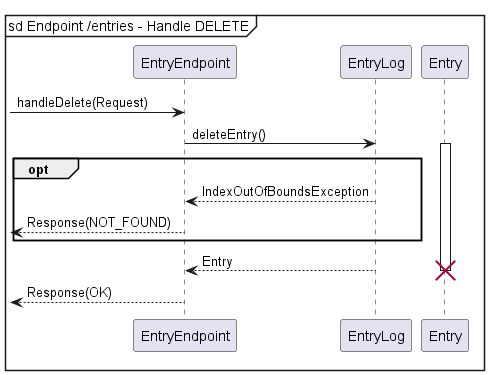
Before: docs/static/backend/EntryEndpointDeleteSequence.png, a diagram exported from PlantUML (nus-cs2113-AY2223S2/tp).
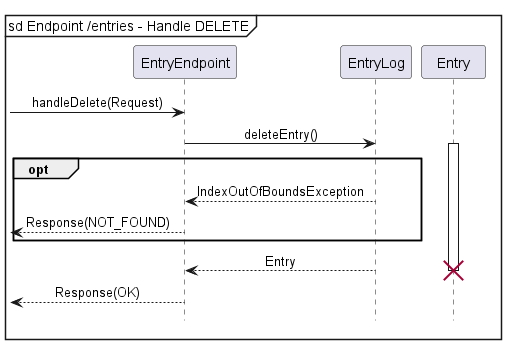
The same file after the commit.

What changed in the source:
```diff
@@ -1,4 +1,6 @@
 @startuml
+!include ../Style.puml
+
 mainframe sd Endpoint /entries - Handle DELETE
 
 -> EntryEndpoint : handleDelete(Request)
```
